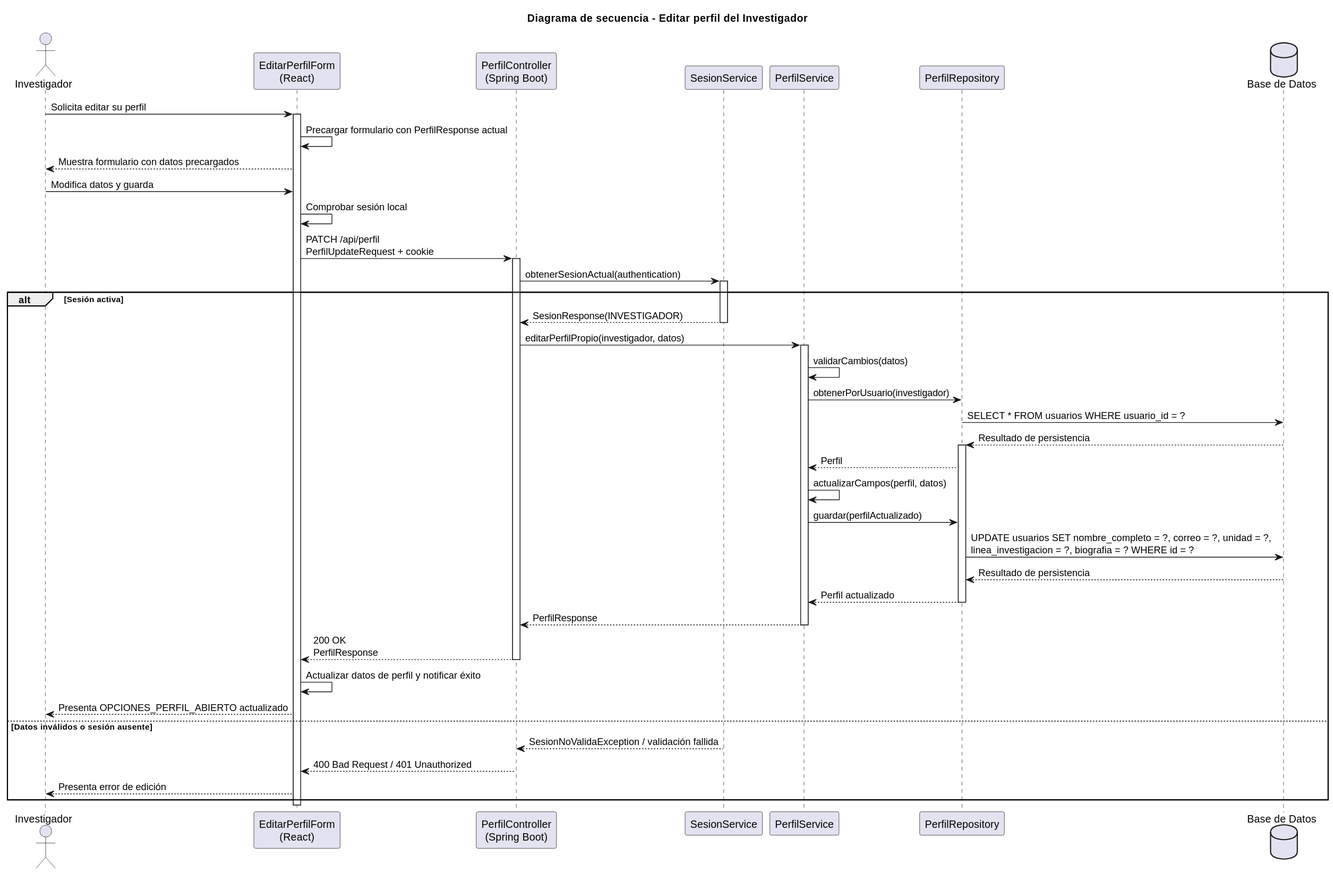
beatriizorozco/25-26-idsw2-sdVC keeps this PlantUML diagram as images/RUP/02-diseño/casos-uso/investigador/editarPerfil/secuencia.svg. Above is the earlier version.
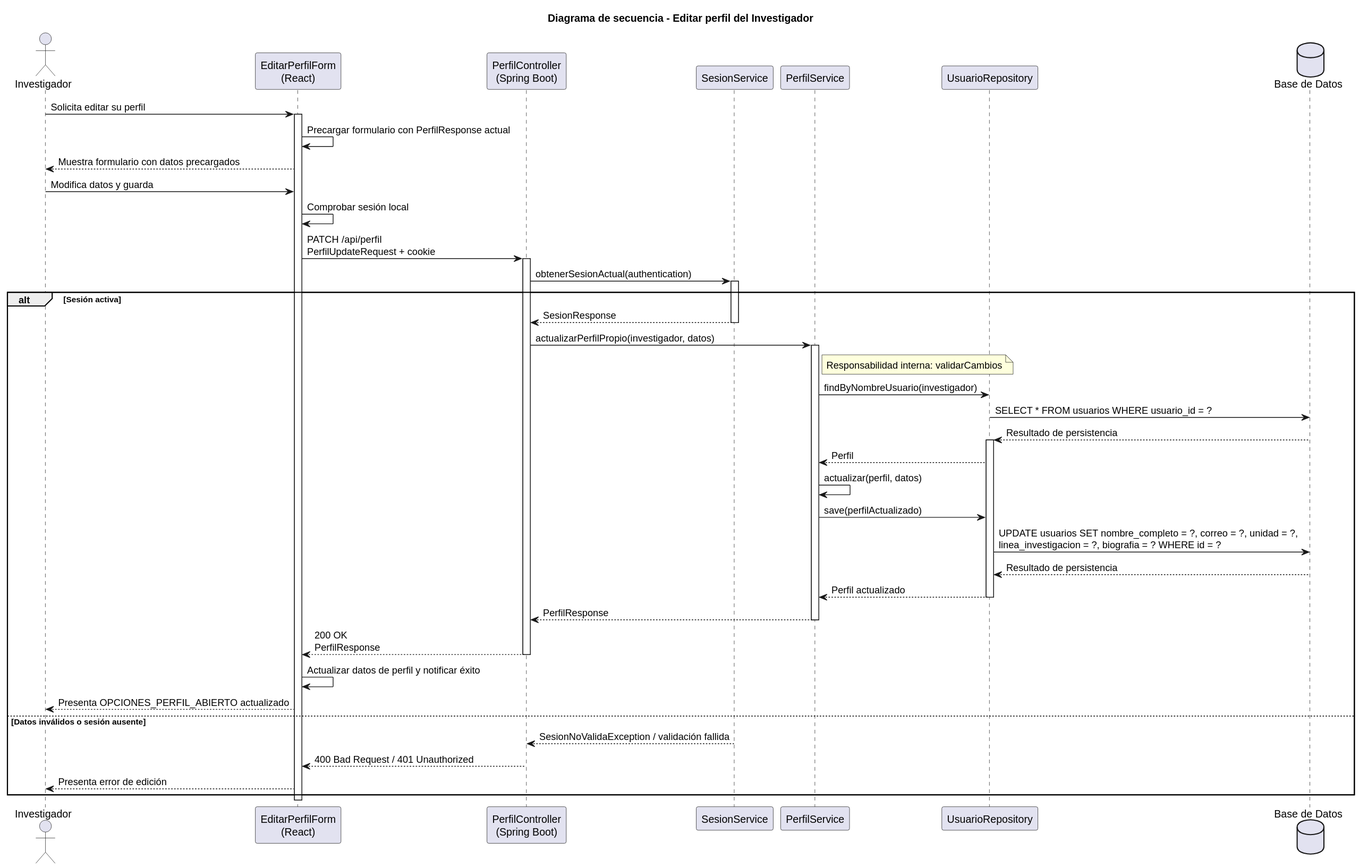
Later version of the same file.

The edit, as a diff of the source:
```diff
@@ -6,7 +6,7 @@
 participant "PerfilController\n(Spring Boot)" as Api
 participant "SesionService" as Sesion
 participant "PerfilService" as PerfilService
-participant "PerfilRepository" as PerfilRepository
+participant "UsuarioRepository" as PerfilRepository
 database "Base de Datos" as DB
 
 Investigador -> Frontend: Solicita editar su perfil
@@ -20,18 +20,18 @@
 Api -> Sesion: obtenerSesionActual(authentication)
 activate Sesion
 alt Sesión activa
-    Sesion --> Api: SesionResponse(INVESTIGADOR)
+    Sesion --> Api: SesionResponse
     deactivate Sesion
-    Api -> PerfilService: editarPerfilPropio(investigador, datos)
+    Api -> PerfilService: actualizarPerfilPropio(investigador, datos)
     activate PerfilService
-    PerfilService -> PerfilService: validarCambios(datos)
-    PerfilService -> PerfilRepository: obtenerPorUsuario(investigador)
+note right of PerfilService: Responsabilidad interna: validarCambios
+    PerfilService -> PerfilRepository: findByNombreUsuario(investigador)
     PerfilRepository -> DB: SELECT * FROM usuarios WHERE usuario_id = ?
     DB --> PerfilRepository: Resultado de persistencia
     activate PerfilRepository
     PerfilRepository --> PerfilService: Perfil
-    PerfilService -> PerfilService: actualizarCampos(perfil, datos)
-    PerfilService -> PerfilRepository: guardar(perfilActualizado)
+    PerfilService -> PerfilService: actualizar(perfil, datos)
+    PerfilService -> PerfilRepository: save(perfilActualizado)
     PerfilRepository -> DB: UPDATE usuarios SET nombre_completo = ?, correo = ?, unidad = ?,\nlinea_investigacion = ?, biografia = ? WHERE id = ?
     DB --> PerfilRepository: Resultado de persistencia
     PerfilRepository --> PerfilService: Perfil actualizado
```
